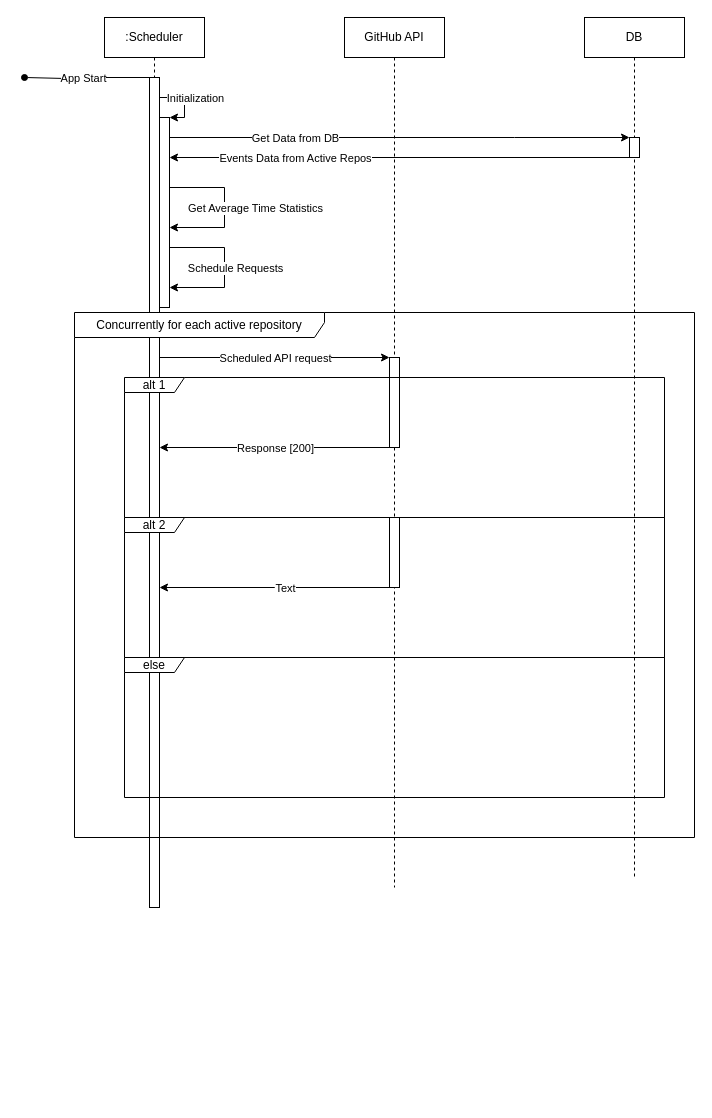
The draw.io diagram img/schedule_sequence_diagram.drawio in nickobard/GitHub-Events-Monitoring, before the edit. Source tidied: cells renumbered, new cells numbered last; positions are measured from the earlier drawing's top-left corner, leaving out a move shared by most shapes. Both pictures are drawn from the tidied source at 100%, with x=0, y=0 at pixel (24, 17).
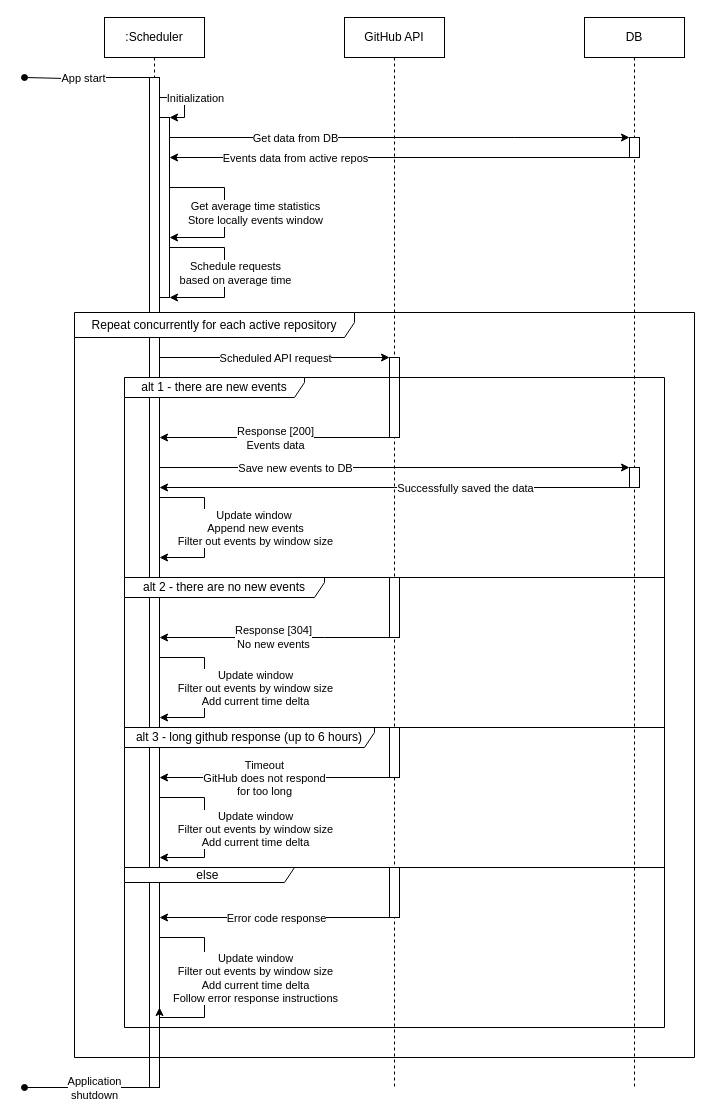
The same page after the edit.

The change refers to these unchanged cells:
```xml
<mxCell id="6" value=":Scheduler" style="shape=umlLifeline;perimeter=lifelinePerimeter;whiteSpace=wrap;html=1;outlineConnect=0;portConstraint=eastwest;newEdgeStyle={&quot;curved&quot;:0,&quot;rounded&quot;:0};" parent="1" vertex="1">
  <mxGeometry x="80" width="100" height="580" as="geometry" />
</mxCell>
<mxCell id="15" style="edgeStyle=orthogonalEdgeStyle;rounded=0;jettySize=auto;html=1;curved=0;endArrow=oval;endFill=1;" parent="14" edge="1" source="6">
  <mxGeometry relative="1" as="geometry">
    <mxPoint y="60" as="targetPoint" />
    <Array as="points">
      <mxPoint x="41" y="60" />
      <mxPoint y="61" />
    </Array>
  </mxGeometry>
</mxCell>
<mxCell id="17" style="edgeStyle=orthogonalEdgeStyle;rounded=0;jettySize=auto;html=1;curved=0;" parent="14" edge="1" source="7" target="3">
  <mxGeometry relative="1" as="geometry">
    <Array as="points">
      <mxPoint x="490" y="120" />
      <mxPoint x="490" y="120" />
    </Array>
  </mxGeometry>
</mxCell>
<mxCell id="19" style="edgeStyle=orthogonalEdgeStyle;rounded=0;jettySize=auto;html=1;curved=0;" parent="14" edge="1" source="3" target="7">
  <mxGeometry relative="1" as="geometry">
    <Array as="points">
      <mxPoint x="260" y="140" />
      <mxPoint x="260" y="140" />
    </Array>
  </mxGeometry>
</mxCell>
```

Diff of the diagram source:
```diff
@@
     <mxCell id="2" value="DB" style="shape=umlLifeline;perimeter=lifelinePerimeter;whiteSpace=wrap;html=1;newEdgeStyle={&quot;curved&quot;:0,&quot;rounded&quot;:0};" parent="1" vertex="1">
-      <mxGeometry x="560" width="100" height="860" as="geometry" />
+      <mxGeometry x="560" width="100" height="1070" as="geometry" />
     </mxCell>
@@
+    <mxCell id="34" style="html=1;points=[[0,0,0,0,5],[0,1,0,0,-5],[1,0,0,0,5],[1,1,0,0,-5]];perimeter=orthogonalPerimeter;outlineConnect=0;targetShapes=umlLifeline;portConstraint=eastwest;newEdgeStyle={&quot;curved&quot;:0,&quot;rounded&quot;:0};" parent="2" vertex="1">
+      <mxGeometry x="45" y="450" width="10" height="20" as="geometry" />
+    </mxCell>
     <mxCell id="4" value="GitHub API" style="shape=umlLifeline;perimeter=lifelinePerimeter;whiteSpace=wrap;html=1;newEdgeStyle={&quot;curved&quot;:0,&quot;rounded&quot;:0};" parent="1" vertex="1">
-      <mxGeometry x="320" width="100" height="870" as="geometry" />
+      <mxGeometry x="320" width="100" height="1070" as="geometry" />
     </mxCell>
     <mxCell id="5" style="html=1;points=[[0,0,0,0,5],[0,1,0,0,-5],[1,0,0,0,5],[1,1,0,0,-5]];perimeter=orthogonalPerimeter;outlineConnect=0;targetShapes=umlLifeline;portConstraint=eastwest;newEdgeStyle={&quot;curved&quot;:0,&quot;rounded&quot;:0};" parent="4" vertex="1">
-      <mxGeometry x="45" y="340" width="10" height="90" as="geometry" />
+      <mxGeometry x="45" y="340" width="10" height="80" as="geometry" />
     </mxCell>
@@
     <mxCell id="7" style="html=1;points=[[0,0,0,0,5],[0,1,0,0,-5],[1,0,0,0,5],[1,1,0,0,-5]];perimeter=orthogonalPerimeter;outlineConnect=0;targetShapes=umlLifeline;portConstraint=eastwest;newEdgeStyle={&quot;curved&quot;:0,&quot;rounded&quot;:0};" parent="6" vertex="1">
-      <mxGeometry x="55" y="100" width="10" height="190" as="geometry" />
+      <mxGeometry x="55" y="100" width="10" height="180" as="geometry" />
     </mxCell>
@@
     <mxCell id="10" style="edgeStyle=orthogonalEdgeStyle;rounded=0;jettySize=auto;html=1;curved=0;" parent="6" edge="1" target="7">
       <mxGeometry relative="1" as="geometry">
         <mxPoint x="65" y="170" as="sourcePoint" />
         <Array as="points">
           <mxPoint x="120" y="170" />
-          <mxPoint x="120" y="210" />
+          <mxPoint x="120" y="220" />
         </Array>
       </mxGeometry>
     </mxCell>
-    <mxCell id="11" value="Get Average Time Statistics" style="edgeLabel;html=1;align=center;verticalAlign=middle;" parent="10" vertex="1">
+    <mxCell id="11" value="Get average time statistics&lt;div&gt;Store locally events window&lt;/div&gt;" style="edgeLabel;html=1;align=center;verticalAlign=middle;" parent="10" vertex="1">
       <mxGeometry y="1" relative="1" as="geometry">
         <mxPoint x="29" as="offset" />
       </mxGeometry>
     </mxCell>
-    <mxCell id="12" style="edgeStyle=orthogonalEdgeStyle;rounded=0;orthogonalLoop=1;jettySize=auto;html=1;curved=0;elbow=vertical;" parent="6" edge="1">
+    <mxCell id="12" style="edgeStyle=orthogonalEdgeStyle;rounded=0;jettySize=auto;html=1;curved=0;elbow=vertical;" parent="6" edge="1" target="7">
       <mxGeometry relative="1" as="geometry">
         <mxPoint x="65" y="250" as="sourcePoint" />
-        <mxPoint x="65" y="270" as="targetPoint" />
         <Array as="points">
           <mxPoint x="65" y="230" />
           <mxPoint x="120" y="230" />
-          <mxPoint x="120" y="270" />
+          <mxPoint x="120" y="280" />
         </Array>
       </mxGeometry>
     </mxCell>
-    <mxCell id="13" value="Schedule Requests" style="edgeLabel;html=1;align=center;verticalAlign=middle;" parent="12" vertex="1">
+    <mxCell id="13" value="Schedule requests&lt;div&gt;based on average time&lt;/div&gt;" style="edgeLabel;html=1;align=center;verticalAlign=middle;" parent="12" vertex="1">
       <mxGeometry x="0.16" relative="1" as="geometry">
         <mxPoint x="10" y="-4" as="offset" />
       </mxGeometry>
     </mxCell>
+    <mxCell id="35" style="edgeStyle=orthogonalEdgeStyle;rounded=0;jettySize=auto;html=1;curved=0;" parent="1" edge="1" source="34" target="21">
+      <mxGeometry relative="1" as="geometry">
+        <Array as="points">
+          <mxPoint x="370" y="470" />
+          <mxPoint x="370" y="470" />
+        </Array>
+      </mxGeometry>
+    </mxCell>
+    <mxCell id="36" value="Successfully saved the data" style="edgeLabel;html=1;align=center;verticalAlign=middle;" parent="35" vertex="1">
+      <mxGeometry x="-0.2" y="1" relative="1" as="geometry">
+        <mxPoint x="23" y="-1" as="offset" />
+      </mxGeometry>
+    </mxCell>
+    <mxCell id="37" style="edgeStyle=orthogonalEdgeStyle;rounded=0;jettySize=auto;html=1;curved=0;" parent="1" edge="1" source="39" target="21">
+      <mxGeometry relative="1" as="geometry">
+        <Array as="points">
+          <mxPoint x="300" y="620" />
+          <mxPoint x="300" y="620" />
+        </Array>
+      </mxGeometry>
+    </mxCell>
+    <mxCell id="38" value="Response [304]&lt;div&gt;No new events&lt;/div&gt;" style="edgeLabel;html=1;align=center;verticalAlign=middle;" parent="37" vertex="1">
+      <mxGeometry x="0.02" y="-1" relative="1" as="geometry" />
+    </mxCell>
+    <mxCell id="39" style="html=1;points=[[0,0,0,0,5],[0,1,0,0,-5],[1,0,0,0,5],[1,1,0,0,-5]];perimeter=orthogonalPerimeter;outlineConnect=0;targetShapes=umlLifeline;portConstraint=eastwest;newEdgeStyle={&quot;curved&quot;:0,&quot;rounded&quot;:0};" parent="1" vertex="1">
+      <mxGeometry x="365" y="560" width="10" height="60" as="geometry" />
+    </mxCell>
@@
-    <mxCell id="16" value="App Start" style="edgeLabel;html=1;align=center;verticalAlign=middle;" parent="15" vertex="1">
+    <mxCell id="16" value="App start" style="edgeLabel;html=1;align=center;verticalAlign=middle;" parent="15" vertex="1">
       <mxGeometry x="0.09" relative="1" as="geometry" />
     </mxCell>
@@
-    <mxCell id="18" value="Get Data from DB" style="edgeLabel;html=1;align=center;verticalAlign=middle;" parent="17" vertex="1">
+    <mxCell id="18" value="Get data from DB" style="edgeLabel;html=1;align=center;verticalAlign=middle;" parent="17" vertex="1">
       <mxGeometry x="-0.68" y="1" relative="1" as="geometry">
         <mxPoint x="51" y="1" as="offset" />
       </mxGeometry>
     </mxCell>
@@
-    <mxCell id="20" value="Events Data from Active Repos" style="edgeLabel;html=1;align=center;verticalAlign=middle;" parent="19" vertex="1">
+    <mxCell id="20" value="Events data from active repos" style="edgeLabel;html=1;align=center;verticalAlign=middle;" parent="19" vertex="1">
       <mxGeometry x="0.59" y="-1" relative="1" as="geometry">
         <mxPoint x="31" y="1" as="offset" />
       </mxGeometry>
     </mxCell>
+    <mxCell id="40" style="edgeStyle=orthogonalEdgeStyle;rounded=0;jettySize=auto;html=1;curved=0;endArrow=oval;endFill=1;" parent="14" edge="1" source="21">
+      <mxGeometry relative="1" as="geometry">
+        <mxPoint y="1070" as="targetPoint" />
+        <Array as="points">
+          <mxPoint y="1070" />
+        </Array>
+      </mxGeometry>
+    </mxCell>
+    <mxCell id="41" value="Application&lt;div&gt;shutdown&lt;/div&gt;" style="edgeLabel;html=1;align=center;verticalAlign=middle;" parent="40" vertex="1">
+      <mxGeometry x="0.18" relative="1" as="geometry">
+        <mxPoint x="18" as="offset" />
+      </mxGeometry>
+    </mxCell>
     <mxCell id="21" style="html=1;points=[[0,0,0,0,5],[0,1,0,0,-5],[1,0,0,0,5],[1,1,0,0,-5]];perimeter=orthogonalPerimeter;outlineConnect=0;targetShapes=umlLifeline;portConstraint=eastwest;newEdgeStyle={&quot;curved&quot;:0,&quot;rounded&quot;:0};" parent="14" vertex="1">
-      <mxGeometry x="125" y="60" width="10" height="830" as="geometry" />
+      <mxGeometry x="125" y="60" width="10" height="1010" as="geometry" />
     </mxCell>
@@
-    <mxCell id="24" style="edgeStyle=orthogonalEdgeStyle;rounded=0;jettySize=auto;html=1;curved=0;" parent="14" edge="1" source="26" target="21">
+    <mxCell id="24" style="edgeStyle=orthogonalEdgeStyle;rounded=0;jettySize=auto;html=1;curved=0;" parent="14" edge="1" source="26">
       <mxGeometry relative="1" as="geometry">
+        <mxPoint x="135" y="760" as="targetPoint" />
         <Array as="points">
-          <mxPoint x="250" y="570" />
-          <mxPoint x="250" y="570" />
+          <mxPoint x="250" y="760" />
+          <mxPoint x="250" y="760" />
         </Array>
       </mxGeometry>
     </mxCell>
-    <mxCell id="25" value="Text" style="edgeLabel;html=1;align=center;verticalAlign=middle;" parent="24" vertex="1">
+    <mxCell id="25" value="Timeout&lt;div&gt;GitHub does not respond&lt;/div&gt;&lt;div&gt;for too long&lt;/div&gt;" style="edgeLabel;html=1;align=center;verticalAlign=middle;" parent="24" vertex="1">
       <mxGeometry x="0.07" relative="1" as="geometry">
-        <mxPoint x="18" as="offset" />
+        <mxPoint x="-3" as="offset" />
       </mxGeometry>
     </mxCell>
     <mxCell id="26" style="html=1;points=[[0,0,0,0,5],[0,1,0,0,-5],[1,0,0,0,5],[1,1,0,0,-5]];perimeter=orthogonalPerimeter;outlineConnect=0;targetShapes=umlLifeline;portConstraint=eastwest;newEdgeStyle={&quot;curved&quot;:0,&quot;rounded&quot;:0};" parent="14" vertex="1">
-      <mxGeometry x="365" y="500" width="10" height="70" as="geometry" />
+      <mxGeometry x="365" y="710" width="10" height="50" as="geometry" />
     </mxCell>
+    <mxCell id="42" style="html=1;points=[[0,0,0,0,5],[0,1,0,0,-5],[1,0,0,0,5],[1,1,0,0,-5]];perimeter=orthogonalPerimeter;outlineConnect=0;targetShapes=umlLifeline;portConstraint=eastwest;newEdgeStyle={&quot;curved&quot;:0,&quot;rounded&quot;:0};" parent="14" vertex="1">
+      <mxGeometry x="365" y="850" width="10" height="50" as="geometry" />
+    </mxCell>
+    <mxCell id="43" style="edgeStyle=orthogonalEdgeStyle;rounded=0;jettySize=auto;html=1;curved=0;" parent="14" edge="1" target="21">
+      <mxGeometry relative="1" as="geometry">
+        <mxPoint x="135" y="490" as="sourcePoint" />
+        <Array as="points">
+          <mxPoint x="135" y="480" />
+          <mxPoint x="180" y="480" />
+          <mxPoint x="180" y="540" />
+        </Array>
+      </mxGeometry>
+    </mxCell>
+    <mxCell id="44" value="Update window&amp;nbsp;&lt;div&gt;Append new events&lt;/div&gt;&lt;div&gt;Filter out events by window size&lt;/div&gt;" style="edgeLabel;html=1;align=center;verticalAlign=middle;" parent="43" vertex="1">
+      <mxGeometry x="-0.01" y="1" relative="1" as="geometry">
+        <mxPoint x="49" y="6" as="offset" />
+      </mxGeometry>
+    </mxCell>
+    <mxCell id="45" style="edgeStyle=orthogonalEdgeStyle;rounded=0;orthogonalLoop=1;jettySize=auto;html=1;curved=0;" parent="14" edge="1">
+      <mxGeometry relative="1" as="geometry">
+        <mxPoint x="135" y="650" as="sourcePoint" />
+        <mxPoint x="135" y="700" as="targetPoint" />
+        <Array as="points">
+          <mxPoint x="135" y="640" />
+          <mxPoint x="180" y="640" />
+          <mxPoint x="180" y="700" />
+          <mxPoint x="135" y="700" />
+        </Array>
+      </mxGeometry>
+    </mxCell>
+    <mxCell id="46" value="Update window&lt;div&gt;Filter out events by window size&lt;/div&gt;&lt;div&gt;Add current time delta&lt;/div&gt;" style="edgeLabel;html=1;align=center;verticalAlign=middle;" parent="45" vertex="1">
+      <mxGeometry y="1" relative="1" as="geometry">
+        <mxPoint x="49" y="5" as="offset" />
+      </mxGeometry>
+    </mxCell>
+    <mxCell id="47" style="edgeStyle=orthogonalEdgeStyle;rounded=0;orthogonalLoop=1;jettySize=auto;html=1;curved=0;" parent="14" edge="1">
+      <mxGeometry relative="1" as="geometry">
+        <mxPoint x="135" y="790" as="sourcePoint" />
+        <mxPoint x="135" y="840" as="targetPoint" />
+        <Array as="points">
+          <mxPoint x="135" y="780" />
+          <mxPoint x="180" y="780" />
+          <mxPoint x="180" y="840" />
+          <mxPoint x="135" y="840" />
+        </Array>
+      </mxGeometry>
+    </mxCell>
+    <mxCell id="48" value="Update window&lt;div&gt;Filter out events by window size&lt;/div&gt;&lt;div&gt;Add current time delta&lt;/div&gt;" style="edgeLabel;html=1;align=center;verticalAlign=middle;" parent="47" vertex="1">
+      <mxGeometry x="-0.04" relative="1" as="geometry">
+        <mxPoint x="50" y="9" as="offset" />
+      </mxGeometry>
+    </mxCell>
+    <mxCell id="49" style="edgeStyle=orthogonalEdgeStyle;rounded=0;jettySize=auto;html=1;curved=0;" parent="14" edge="1" source="21">
+      <mxGeometry relative="1" as="geometry">
+        <mxPoint x="135" y="990" as="targetPoint" />
+        <Array as="points">
+          <mxPoint x="180" y="920" />
+          <mxPoint x="180" y="1000" />
+          <mxPoint x="135" y="1000" />
+        </Array>
+      </mxGeometry>
+    </mxCell>
+    <mxCell id="50" value="Update window&lt;div&gt;Filter out events by window size&lt;/div&gt;&lt;div&gt;Add current time delta&lt;/div&gt;&lt;div&gt;Follow error response instructions&lt;/div&gt;" style="edgeLabel;html=1;align=center;verticalAlign=middle;" parent="49" vertex="1">
+      <mxGeometry x="-0.07" y="-2" relative="1" as="geometry">
+        <mxPoint x="52" y="1" as="offset" />
+      </mxGeometry>
+    </mxCell>
@@
-    <mxCell id="28" value="Concurrently for each active repository" style="shape=umlFrame;whiteSpace=wrap;html=1;width=250;height=25;" parent="27" vertex="1">
-      <mxGeometry x="50" y="295" width="620" height="525" as="geometry" />
+    <mxCell id="28" value="Repeat concurrently for each active repository" style="shape=umlFrame;whiteSpace=wrap;html=1;width=280;height=25;" parent="27" vertex="1">
+      <mxGeometry x="50" y="295" width="620" height="745" as="geometry" />
     </mxCell>
-    <mxCell id="29" value="alt 1" style="shape=umlFrame;whiteSpace=wrap;html=1;width=60;height=15;" parent="27" vertex="1">
-      <mxGeometry x="100" y="360" width="540" height="140" as="geometry" />
+    <mxCell id="29" value="alt 1 - there are new events" style="shape=umlFrame;whiteSpace=wrap;html=1;width=180;height=20;" parent="27" vertex="1">
+      <mxGeometry x="100" y="360" width="540" height="200" as="geometry" />
     </mxCell>
-    <mxCell id="30" value="alt 2" style="shape=umlFrame;whiteSpace=wrap;html=1;width=60;height=15;" parent="27" vertex="1">
-      <mxGeometry x="100" y="500" width="540" height="140" as="geometry" />
+    <mxCell id="30" value="alt 3 - long github response (up to 6 hours)" style="shape=umlFrame;whiteSpace=wrap;html=1;width=250;height=20;" parent="27" vertex="1">
+      <mxGeometry x="100" y="710" width="540" height="140" as="geometry" />
     </mxCell>
-    <mxCell id="31" value="else" style="shape=umlFrame;whiteSpace=wrap;html=1;width=60;height=15;" parent="27" vertex="1">
-      <mxGeometry x="100" y="640" width="540" height="140" as="geometry" />
+    <mxCell id="31" value="else&amp;nbsp;" style="shape=umlFrame;whiteSpace=wrap;html=1;width=170;height=15;" parent="27" vertex="1">
+      <mxGeometry x="100" y="850" width="540" height="160" as="geometry" />
     </mxCell>
     <mxCell id="32" style="edgeStyle=orthogonalEdgeStyle;rounded=0;jettySize=auto;html=1;curved=0;startArrow=classic;startFill=1;endArrow=none;endFill=0;" parent="27" edge="1" source="21" target="5">
       <mxGeometry relative="1" as="geometry">
         <Array as="points">
-          <mxPoint x="250" y="430" />
-          <mxPoint x="250" y="430" />
+          <mxPoint x="250" y="420" />
+          <mxPoint x="250" y="420" />
         </Array>
       </mxGeometry>
     </mxCell>
-    <mxCell id="33" value="Response [200]" style="edgeLabel;html=1;align=center;verticalAlign=middle;" parent="32" vertex="1">
+    <mxCell id="33" value="Response [200]&lt;div&gt;Events data&lt;/div&gt;" style="edgeLabel;html=1;align=center;verticalAlign=middle;" parent="32" vertex="1">
       <mxGeometry x="0.12" y="2" relative="1" as="geometry">
         <mxPoint x="-14" y="2" as="offset" />
       </mxGeometry>
     </mxCell>
+    <mxCell id="51" style="edgeStyle=orthogonalEdgeStyle;rounded=0;jettySize=auto;html=1;curved=0;" parent="27" edge="1" source="42" target="21">
+      <mxGeometry relative="1" as="geometry">
+        <Array as="points">
+          <mxPoint x="250" y="900" />
+          <mxPoint x="250" y="900" />
+        </Array>
+      </mxGeometry>
+    </mxCell>
+    <mxCell id="52" value="Error code response" style="edgeLabel;html=1;align=center;verticalAlign=middle;" parent="51" vertex="1">
+      <mxGeometry x="0.03" y="2" relative="1" as="geometry">
+        <mxPoint x="4" y="-2" as="offset" />
+      </mxGeometry>
+    </mxCell>
+    <mxCell id="53" style="edgeStyle=orthogonalEdgeStyle;rounded=0;jettySize=auto;html=1;curved=0;" parent="27" edge="1" source="21" target="34">
+      <mxGeometry relative="1" as="geometry">
+        <Array as="points">
+          <mxPoint x="250" y="450" />
+          <mxPoint x="250" y="450" />
+        </Array>
+      </mxGeometry>
+    </mxCell>
+    <mxCell id="54" value="Save new events to DB" style="edgeLabel;html=1;align=center;verticalAlign=middle;" parent="53" vertex="1">
+      <mxGeometry x="-0.61" y="2" relative="1" as="geometry">
+        <mxPoint x="43" y="2" as="offset" />
+      </mxGeometry>
+    </mxCell>
+    <mxCell id="55" value="alt 2 - there are no new events" style="shape=umlFrame;whiteSpace=wrap;html=1;width=200;height=20;" parent="27" vertex="1">
+      <mxGeometry x="100" y="560" width="540" height="150" as="geometry" />
+    </mxCell>
```
